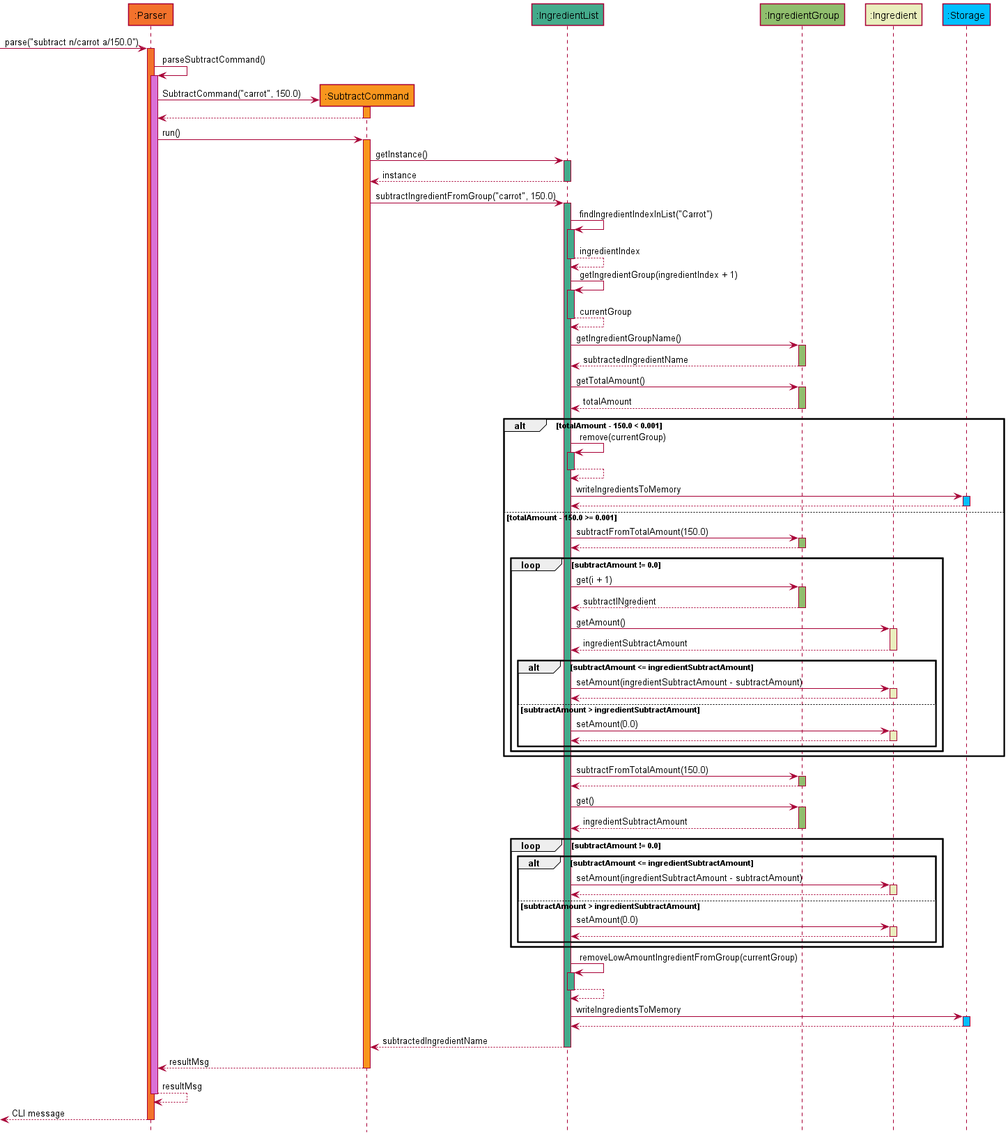
Above: docs/images/SubtractSequenceDiagram.png in nus-cs2113-AY2122S1/tp (PlantUML), before the change.
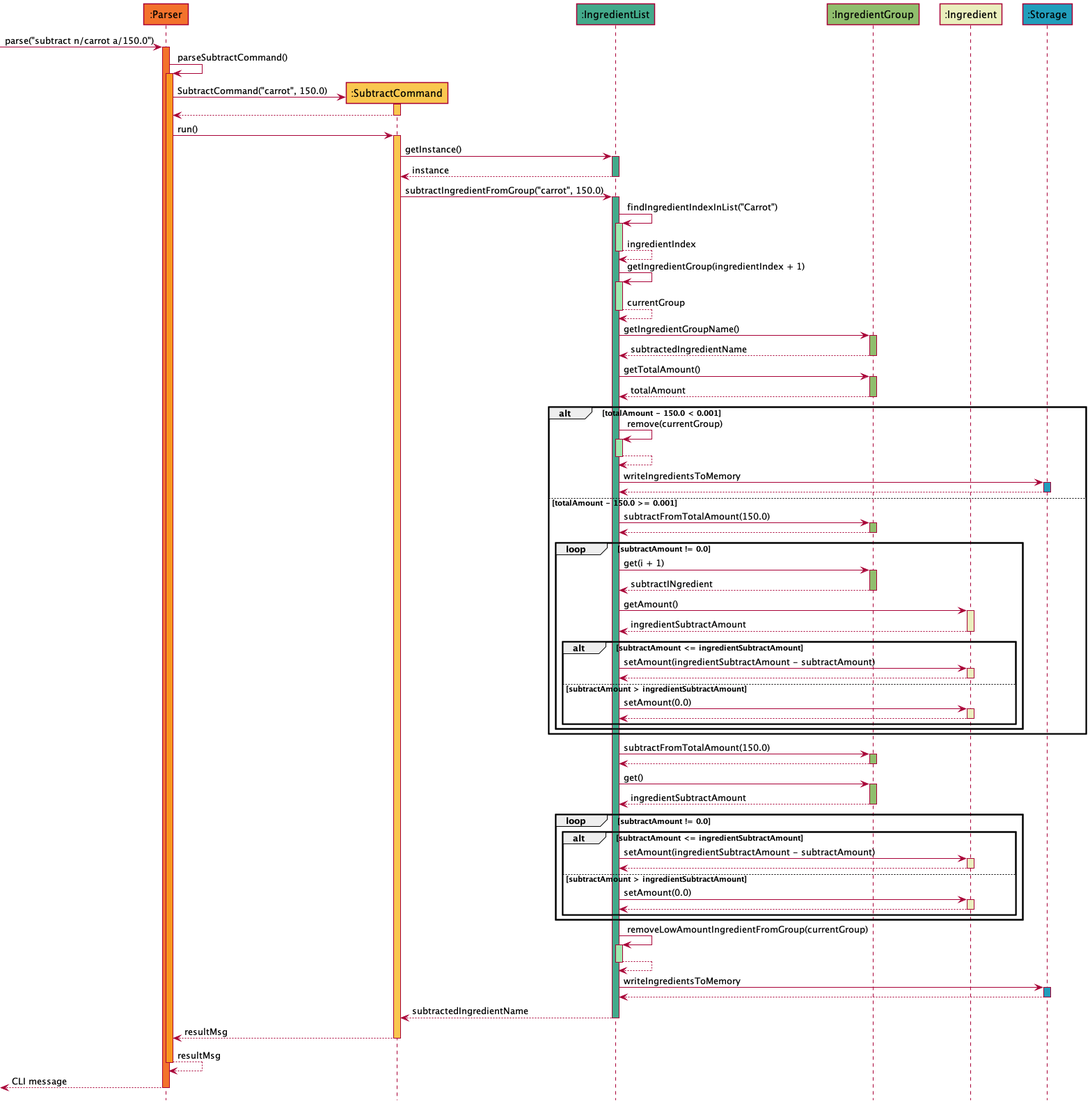
After the commit.

The edit, as a diff of the source:
```diff
@@ -29,11 +29,11 @@
 activate ingredient_list INGREDIENTLIST_COLOUR
 
 ingredient_list -> ingredient_list : findIngredientIndexInList("Carrot")
-activate ingredient_list INGREDIENTLIST_COLOUR
+activate ingredient_list INGREDIENTLIST_COLOUR_S1
 return ingredientIndex
 
 ingredient_list -> ingredient_list : getIngredientGroup(ingredientIndex + 1)
-activate ingredient_list INGREDIENTLIST_COLOUR
+activate ingredient_list INGREDIENTLIST_COLOUR_S1
 return currentGroup
 
 ingredient_list -> ingredient_group : getIngredientGroupName()
@@ -47,7 +47,7 @@
 alt totalAmount - 150.0 < 0.001
 
    ingredient_list -> ingredient_list : remove(currentGroup)
-   activate ingredient_list INGREDIENTLIST_COLOUR
+   activate ingredient_list INGREDIENTLIST_COLOUR_S1
    return
 
    ingredient_list -> storage : writeIngredientsToMemory
@@ -106,7 +106,7 @@
 end
 
 ingredient_list -> ingredient_list : removeLowAmountIngredientFromGroup(currentGroup)
-activate ingredient_list INGREDIENTLIST_COLOUR
+activate ingredient_list INGREDIENTLIST_COLOUR_S1
 return
 
 ingredient_list -> storage : writeIngredientsToMemory
```
